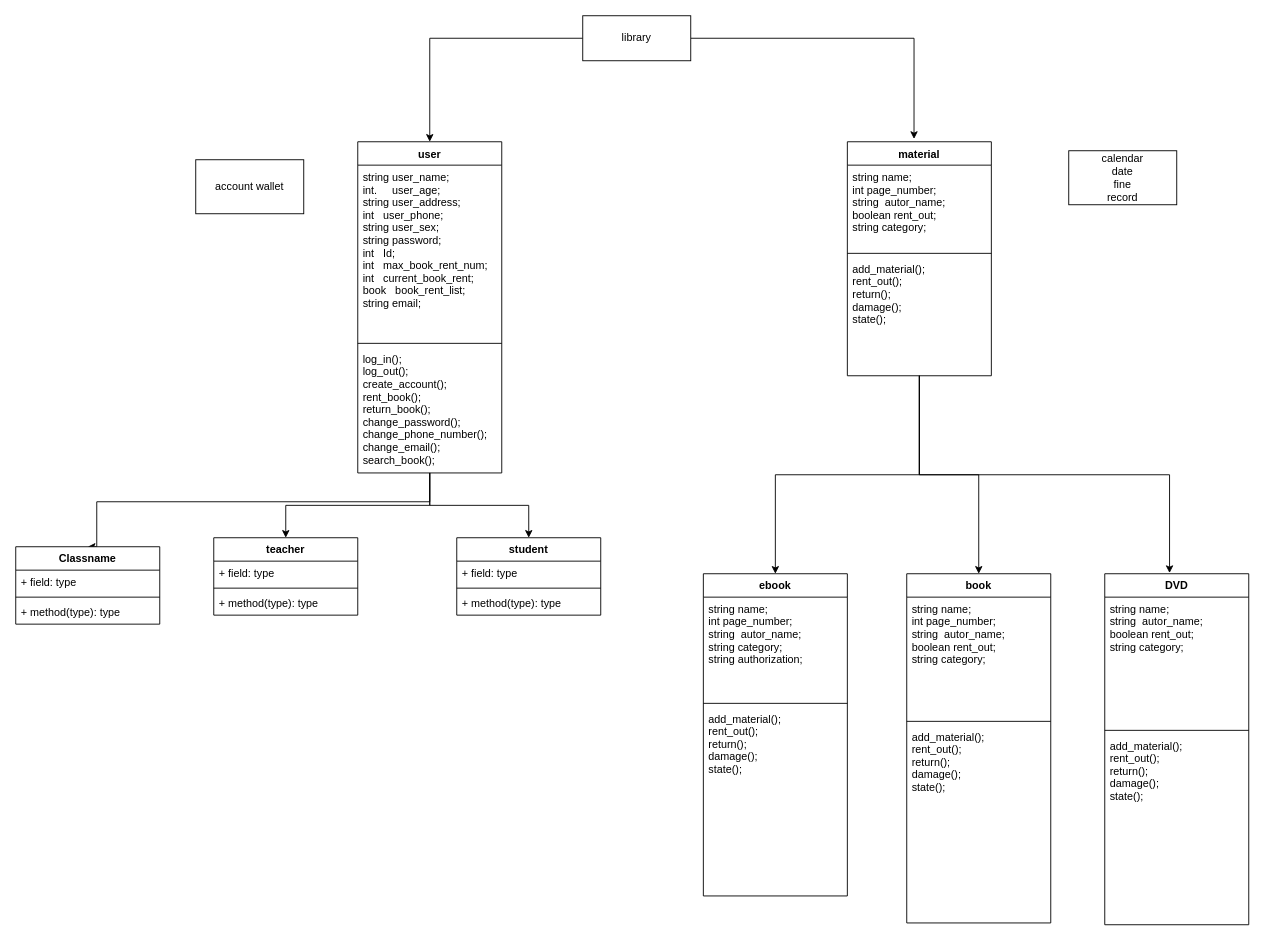
Above: project class diagram.drawio in s2-oop-project/oop (draw.io), before the change. Source tidied: cells renumbered, new cells numbered last; positions are measured from the earlier drawing's top-left corner, leaving out a move shared by most shapes. Both pictures are drawn from the tidied source at 90%, with x=0, y=0 at pixel (15, 15).
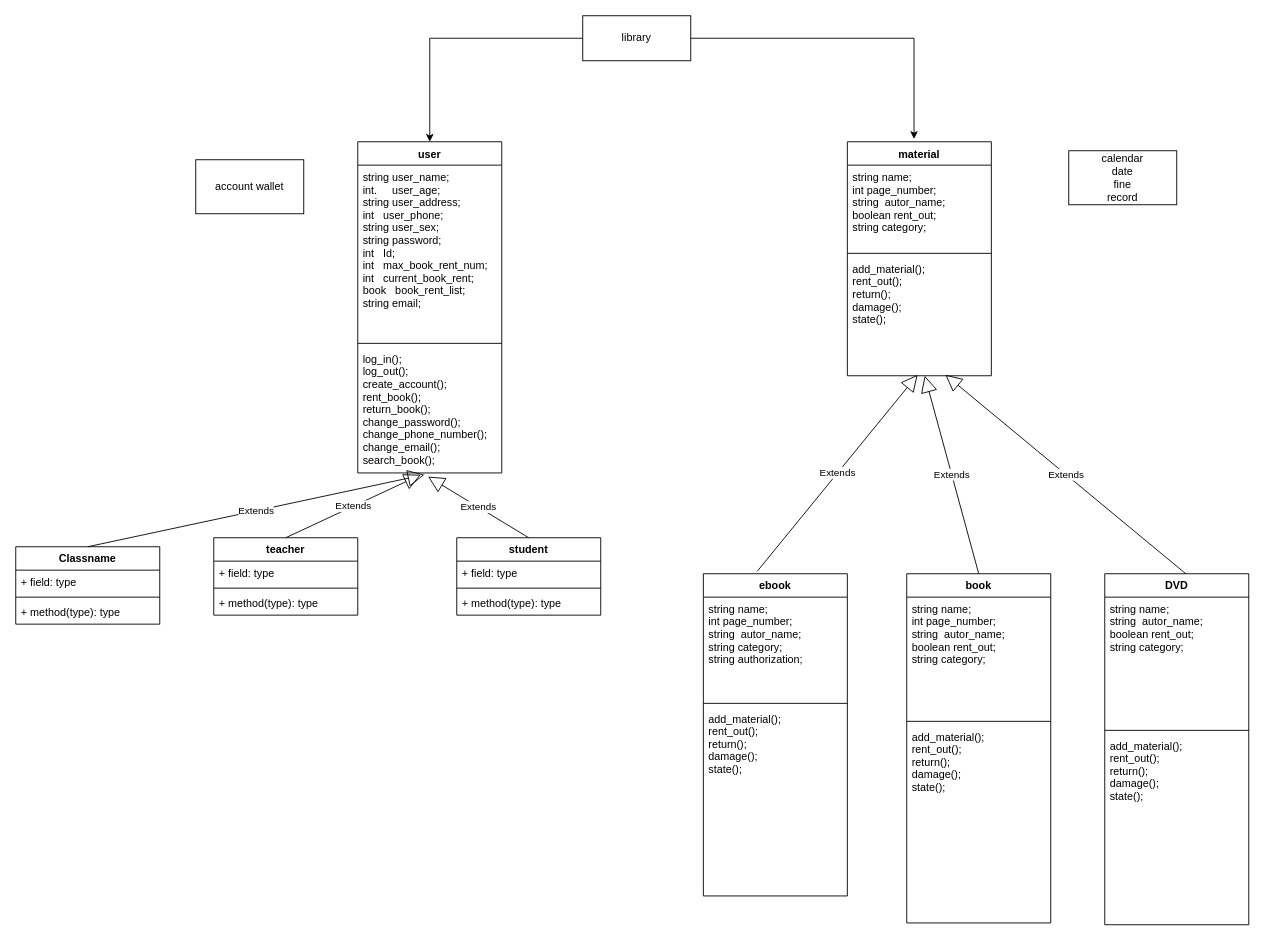
After the change.

Unchanged cells that the change refers to:
```xml
<mxCell id="10" value="user" style="swimlane;fontStyle=1;align=center;verticalAlign=top;horizontal=1;startSize=26;" parent="1" vertex="1">
  <mxGeometry x="380" y="140" width="160" height="368" as="geometry" />
</mxCell>
<mxCell id="13" value="log_in();&#10;log_out();&#10;create_account();&#10;rent_book();&#10;return_book();&#10;change_password();&#10;change_phone_number();&#10;change_email();&#10;search_book();" style="text;strokeColor=none;fillColor=none;align=left;verticalAlign=top;spacingLeft=4;spacingRight=4;overflow=hidden;points=[[0,0.5],[1,0.5]];portConstraint=eastwest;" parent="10" vertex="1">
  <mxGeometry y="228" width="160" height="140" as="geometry" />
</mxCell>
<mxCell id="14" value="teacher" style="swimlane;fontStyle=1;align=center;verticalAlign=top;horizontal=1;startSize=26;" parent="1" vertex="1">
  <mxGeometry x="220" y="580" width="160" height="86" as="geometry" />
</mxCell>
<mxCell id="18" value="student" style="swimlane;fontStyle=1;align=center;verticalAlign=top;horizontal=1;startSize=26;" parent="1" vertex="1">
  <mxGeometry x="490" y="580" width="160" height="86" as="geometry" />
</mxCell>
<mxCell id="25" value="material" style="swimlane;fontStyle=1;align=center;verticalAlign=top;horizontal=1;startSize=26;" parent="1" vertex="1">
  <mxGeometry x="924" y="140" width="160" height="260" as="geometry" />
</mxCell>
<mxCell id="28" value="add_material();&#10;rent_out();&#10;return();&#10;damage();&#10;state();&#10;" style="text;strokeColor=none;fillColor=none;align=left;verticalAlign=top;spacingLeft=4;spacingRight=4;overflow=hidden;points=[[0,0.5],[1,0.5]];portConstraint=eastwest;" parent="25" vertex="1">
  <mxGeometry y="128" width="160" height="132" as="geometry" />
</mxCell>
<mxCell id="29" value="ebook" style="swimlane;fontStyle=1;align=center;verticalAlign=top;horizontal=1;startSize=26;" parent="1" vertex="1">
  <mxGeometry x="764" y="620" width="160" height="358" as="geometry" />
</mxCell>
<mxCell id="33" value="book" style="swimlane;fontStyle=1;align=center;verticalAlign=top;horizontal=1;startSize=26;" parent="1" vertex="1">
  <mxGeometry x="990" y="620" width="160" height="388" as="geometry" />
</mxCell>
<mxCell id="37" value="DVD" style="swimlane;fontStyle=1;align=center;verticalAlign=top;horizontal=1;startSize=26;" parent="1" vertex="1">
  <mxGeometry x="1210" y="620" width="160" height="390" as="geometry" />
</mxCell>
<mxCell id="41" value="Classname" style="swimlane;fontStyle=1;align=center;verticalAlign=top;horizontal=1;startSize=26;" parent="1" vertex="1">
  <mxGeometry y="590" width="160" height="86" as="geometry" />
</mxCell>
```

The edit, as a diff of the source:
```diff
@@
-    <mxCell id="7" style="edgeStyle=orthogonalEdgeStyle;rounded=0;jettySize=auto;html=1;entryX=0.5;entryY=0;entryDx=0;entryDy=0;" parent="1" edge="1" source="10" target="14">
-      <mxGeometry relative="1" as="geometry" />
-    </mxCell>
-    <mxCell id="8" style="edgeStyle=orthogonalEdgeStyle;rounded=0;jettySize=auto;html=1;entryX=0.5;entryY=0;entryDx=0;entryDy=0;" parent="1" edge="1" source="10" target="18">
-      <mxGeometry relative="1" as="geometry" />
-    </mxCell>
-    <mxCell id="9" style="edgeStyle=orthogonalEdgeStyle;rounded=0;jettySize=auto;html=1;entryX=0.5;entryY=0;entryDx=0;entryDy=0;" parent="1" edge="1" source="10" target="41">
-      <mxGeometry relative="1" as="geometry">
-        <Array as="points">
-          <mxPoint x="460" y="540" />
-          <mxPoint x="90" y="540" />
-          <mxPoint x="90" y="590" />
-        </Array>
-      </mxGeometry>
-    </mxCell>
@@
-    <mxCell id="22" style="edgeStyle=orthogonalEdgeStyle;rounded=0;jettySize=auto;html=1;" parent="1" edge="1" source="25" target="29">
-      <mxGeometry relative="1" as="geometry" />
-    </mxCell>
-    <mxCell id="23" style="edgeStyle=orthogonalEdgeStyle;rounded=0;jettySize=auto;html=1;entryX=0.5;entryY=0;entryDx=0;entryDy=0;" parent="1" edge="1" source="25" target="33">
-      <mxGeometry relative="1" as="geometry" />
-    </mxCell>
-    <mxCell id="24" style="edgeStyle=orthogonalEdgeStyle;rounded=0;jettySize=auto;html=1;entryX=0.45;entryY=-0.002;entryDx=0;entryDy=0;entryPerimeter=0;" parent="1" edge="1" source="25" target="37">
-      <mxGeometry relative="1" as="geometry">
-        <Array as="points">
-          <mxPoint x="1004" y="510" />
-          <mxPoint x="1282" y="510" />
-        </Array>
-      </mxGeometry>
-    </mxCell>
@@
+    <mxCell id="45" value="Extends" style="endArrow=block;endSize=16;endFill=0;html=1;exitX=0.5;exitY=0;exitDx=0;exitDy=0;entryX=0.463;entryY=1.014;entryDx=0;entryDy=0;entryPerimeter=0;" parent="1" edge="1" source="41" target="13">
+      <mxGeometry relative="1" as="geometry" />
+    </mxCell>
+    <mxCell id="46" value="Extends" style="endArrow=block;endSize=16;endFill=0;html=1;exitX=0.5;exitY=0;exitDx=0;exitDy=0;" parent="1" edge="1" source="14">
+      <mxGeometry relative="1" as="geometry">
+        <mxPoint x="450" y="510" as="targetPoint" />
+      </mxGeometry>
+    </mxCell>
+    <mxCell id="47" value="Extends" style="endArrow=block;endSize=16;endFill=0;html=1;exitX=0.5;exitY=0;exitDx=0;exitDy=0;entryX=0.488;entryY=1.029;entryDx=0;entryDy=0;entryPerimeter=0;" parent="1" edge="1" source="18" target="13">
+      <mxGeometry relative="1" as="geometry" />
+    </mxCell>
+    <mxCell id="48" value="Extends" style="endArrow=block;endSize=16;endFill=0;html=1;exitX=0.5;exitY=0;exitDx=0;exitDy=0;" parent="1" edge="1" source="33">
+      <mxGeometry relative="1" as="geometry">
+        <mxPoint x="1010" y="400" as="targetPoint" />
+      </mxGeometry>
+    </mxCell>
+    <mxCell id="49" value="Extends" style="endArrow=block;endSize=16;endFill=0;html=1;exitX=0.375;exitY=-0.008;exitDx=0;exitDy=0;exitPerimeter=0;entryX=0.488;entryY=0.992;entryDx=0;entryDy=0;entryPerimeter=0;" parent="1" edge="1" source="29" target="28">
+      <mxGeometry relative="1" as="geometry" />
+    </mxCell>
+    <mxCell id="50" value="Extends" style="endArrow=block;endSize=16;endFill=0;html=1;exitX=0.563;exitY=0;exitDx=0;exitDy=0;exitPerimeter=0;entryX=0.681;entryY=0.992;entryDx=0;entryDy=0;entryPerimeter=0;" parent="1" edge="1" source="37" target="28">
+      <mxGeometry relative="1" as="geometry" />
+    </mxCell>
```
